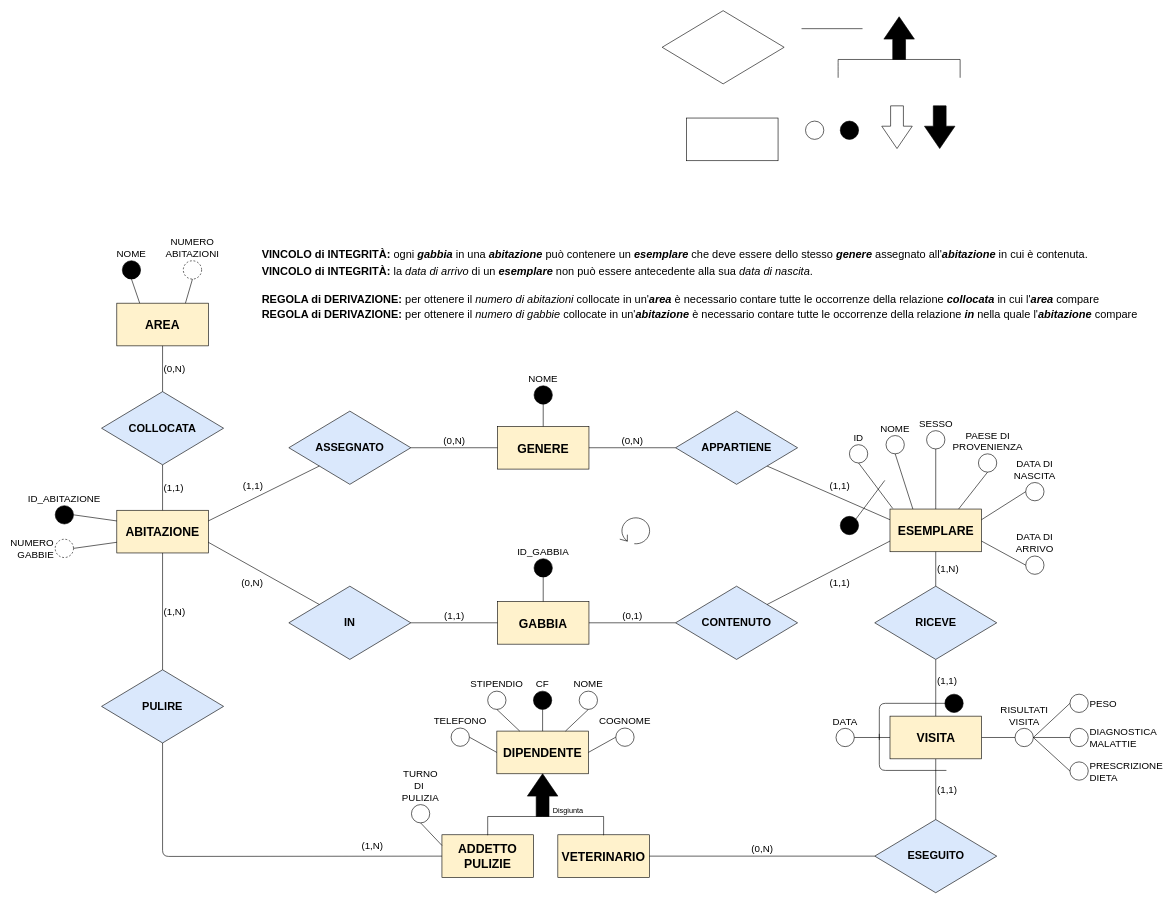
Above: 03_ER_Schema_v5.drawio in DanielePassabi/Progetto-Laboratorio-BSD (draw.io), before the change. Source tidied: cells renumbered, new cells numbered last; positions are measured from the earlier drawing's top-left corner, leaving out a move shared by most shapes. Both pictures are drawn from the tidied source at 61%, with x=0, y=0 at pixel (55, 10).
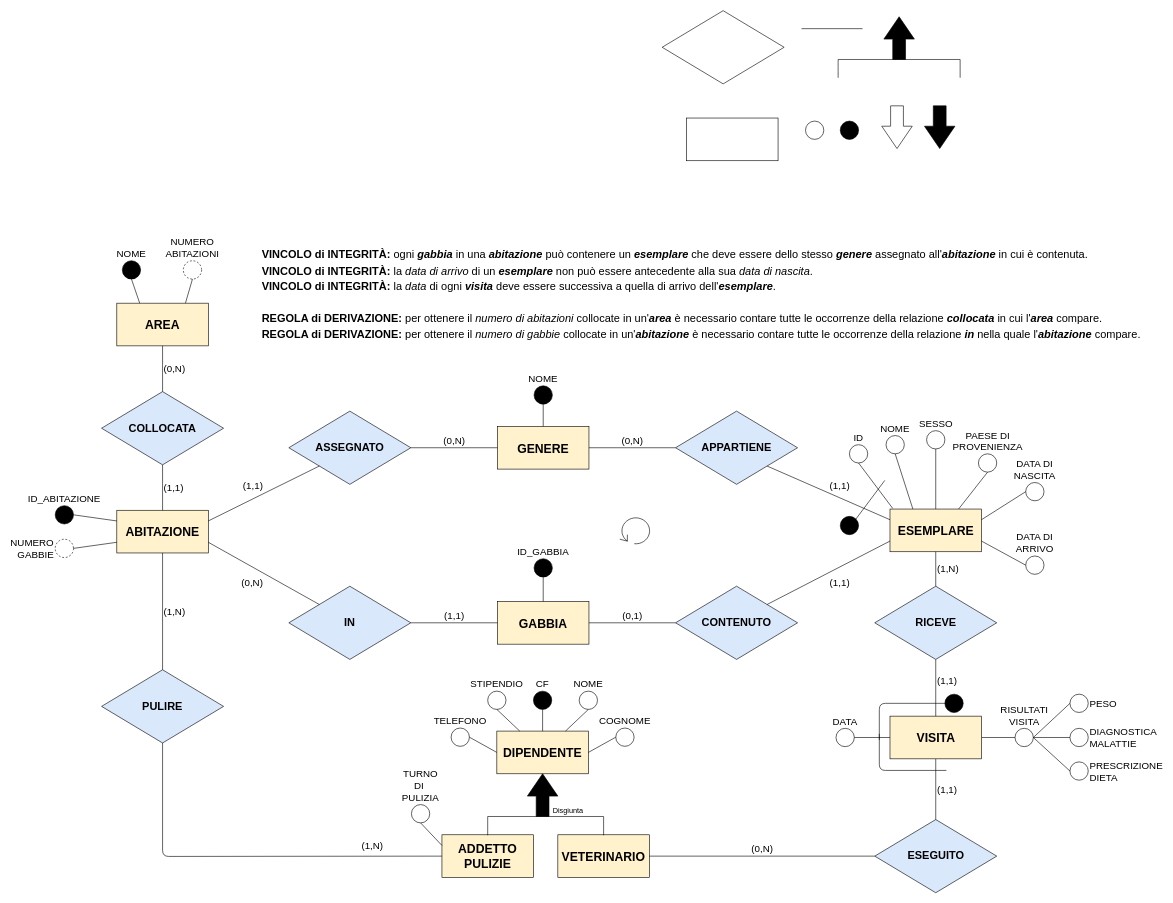
Above is the later version.

Diff of the diagram source:
```diff
@@
-    <mxCell id="104" value="&lt;font style=&quot;font-size: 18px&quot;&gt;&lt;b&gt;REGOLA di DERIVAZIONE:&lt;/b&gt;&amp;nbsp;per ottenere il &lt;i&gt;numero di abitazioni&lt;/i&gt; collocate in un'&lt;b&gt;&lt;i&gt;area&lt;/i&gt;&lt;/b&gt; è necessario contare tutte le occorrenze della relazione &lt;b&gt;&lt;i&gt;collocata&lt;/i&gt;&lt;/b&gt; in cui l'&lt;b&gt;&lt;i&gt;area&lt;/i&gt;&lt;/b&gt; compare&lt;br&gt;&lt;/font&gt;" style="text;html=1;align=left;verticalAlign=top;spacingTop=-4;" parent="1" vertex="1">
-      <mxGeometry x="337" y="459.5" width="1390" height="20" as="geometry" />
+    <mxCell id="104" value="&lt;font style=&quot;font-size: 18px&quot;&gt;&lt;b&gt;REGOLA di DERIVAZIONE:&lt;/b&gt;&amp;nbsp;per ottenere il &lt;i&gt;numero di abitazioni&lt;/i&gt; collocate in un'&lt;b&gt;&lt;i&gt;area&lt;/i&gt;&lt;/b&gt; è necessario contare tutte le occorrenze della relazione &lt;b&gt;&lt;i&gt;collocata&lt;/i&gt;&lt;/b&gt; in cui l'&lt;b&gt;&lt;i&gt;area&lt;/i&gt;&lt;/b&gt; compare.&lt;br&gt;&lt;/font&gt;" style="text;html=1;align=left;verticalAlign=top;spacingTop=-4;" parent="1" vertex="1">
+      <mxGeometry x="337" y="491.5" width="1390" height="20" as="geometry" />
     </mxCell>
-    <mxCell id="105" value="&lt;font style=&quot;font-size: 18px&quot;&gt;&lt;b&gt;REGOLA di DERIVAZIONE:&lt;/b&gt;&amp;nbsp;per ottenere il &lt;i&gt;numero di gabbie&lt;/i&gt; collocate in un'&lt;b&gt;&lt;i&gt;abitazione&lt;/i&gt;&lt;/b&gt; è necessario contare tutte le occorrenze della relazione &lt;i&gt;&lt;b&gt;in&lt;/b&gt;&lt;/i&gt; nella quale l'&lt;b&gt;&lt;i&gt;abitazione&lt;/i&gt;&lt;/b&gt; compare&lt;br&gt;&lt;/font&gt;" style="text;html=1;align=left;verticalAlign=top;spacingTop=-4;" parent="1" vertex="1">
-      <mxGeometry x="337" y="485.5" width="1450" height="20" as="geometry" />
+    <mxCell id="105" value="&lt;font style=&quot;font-size: 18px&quot;&gt;&lt;b&gt;REGOLA di DERIVAZIONE:&lt;/b&gt;&amp;nbsp;per ottenere il &lt;i&gt;numero di gabbie&lt;/i&gt; collocate in un'&lt;b&gt;&lt;i&gt;abitazione&lt;/i&gt;&lt;/b&gt; è necessario contare tutte le occorrenze della relazione &lt;i&gt;&lt;b&gt;in&lt;/b&gt;&lt;/i&gt; nella quale l'&lt;b&gt;&lt;i&gt;abitazione&lt;/i&gt;&lt;/b&gt; compare.&lt;br&gt;&lt;/font&gt;" style="text;html=1;align=left;verticalAlign=top;spacingTop=-4;" parent="1" vertex="1">
+      <mxGeometry x="337" y="517.5" width="1460" height="20" as="geometry" />
     </mxCell>
+    <mxCell id="106" value="&lt;font style=&quot;font-size: 18px&quot;&gt;&lt;b&gt;VINCOLO di INTEGRITÀ:&lt;/b&gt;&amp;nbsp;la &lt;i&gt;data &lt;/i&gt;di ogni &lt;b&gt;&lt;i&gt;visita&lt;/i&gt; &lt;/b&gt;deve essere successiva a quella di arrivo dell'&lt;b&gt;&lt;i&gt;esemplare&lt;/i&gt;&lt;/b&gt;.&lt;/font&gt;" style="text;html=1;align=left;verticalAlign=top;spacingTop=-4;" parent="1" vertex="1">
+      <mxGeometry x="337" y="440" width="860" height="20" as="geometry" />
+    </mxCell>
```
